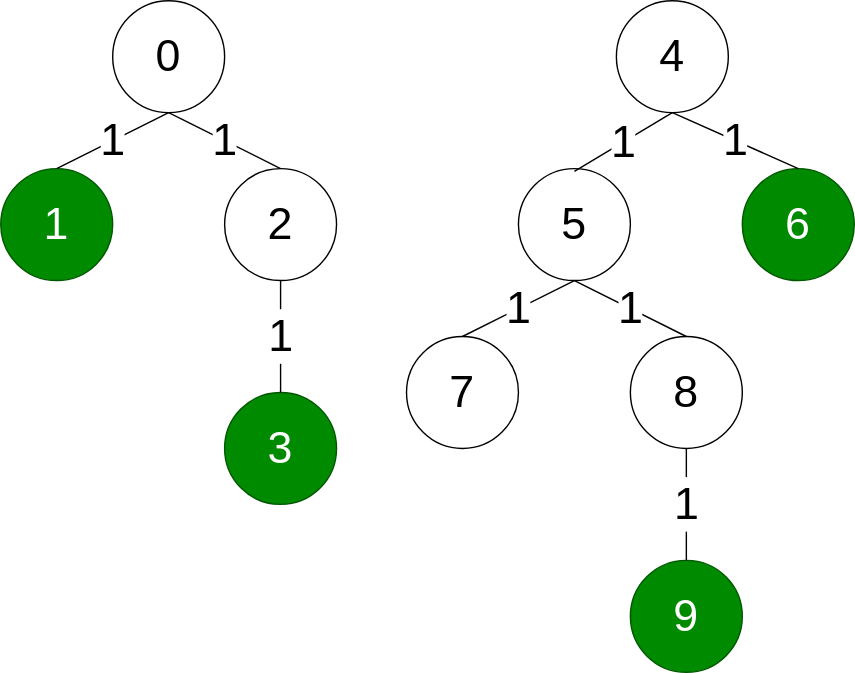
Before: lib/cpalgo/tree/tests/diameter_testcase2.drawio.svg, a diagram exported from draw.io (xirc/cp-algorithm). Source tidied: cells renumbered, new cells last; positions are measured from the earlier drawing's top-left corner, leaving out a move shared by most shapes.
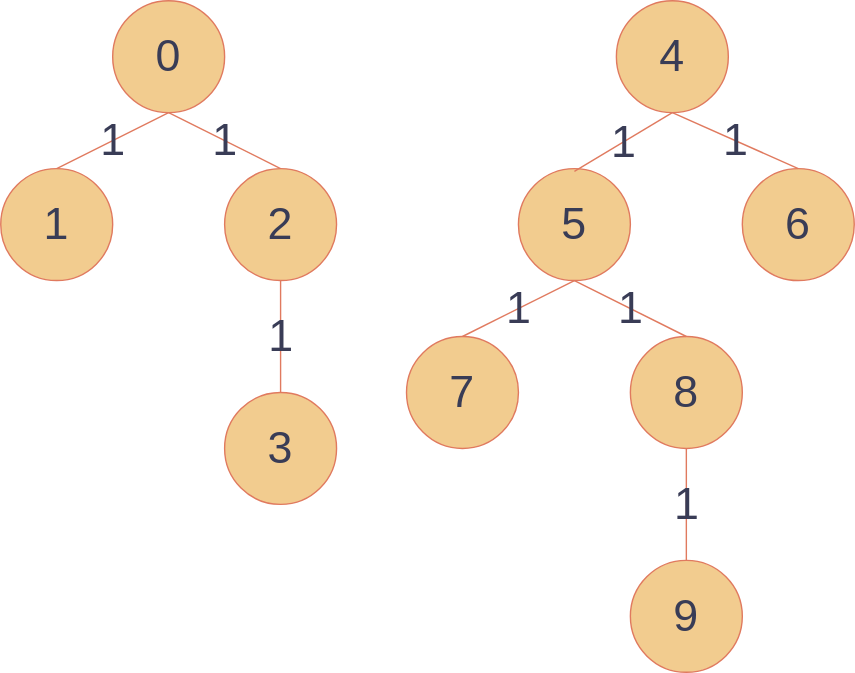
The same file after the commit.

The edit, as a diff of the source:
```diff
@@ -1,63 +1,63 @@
-<mxGraphModel>
+<mxGraphModel background="#FFFFFF">
   <root>
     <mxCell id="0" />
     <mxCell id="1" parent="0" />
-    <mxCell id="2" value="0" style="ellipse;whiteSpace=wrap;html=1;fontSize=32;" parent="1" vertex="1">
+    <mxCell id="2" value="0" style="ellipse;whiteSpace=wrap;html=1;fontSize=32;fillColor=#F2CC8F;strokeColor=#E07A5F;fontColor=#393C56;" parent="1" vertex="1">
       <mxGeometry x="80" width="80" height="80" as="geometry" />
     </mxCell>
-    <mxCell id="3" value="1" style="ellipse;whiteSpace=wrap;html=1;fontSize=32;fillColor=#008a00;strokeColor=#005700;fontColor=#ffffff;" parent="1" vertex="1">
+    <mxCell id="3" value="1" style="ellipse;whiteSpace=wrap;html=1;fontSize=32;fillColor=#F2CC8F;strokeColor=#E07A5F;fontColor=#393C56;" parent="1" vertex="1">
       <mxGeometry y="120" width="80" height="80" as="geometry" />
     </mxCell>
-    <mxCell id="4" value="2" style="ellipse;whiteSpace=wrap;html=1;fontSize=32;" parent="1" vertex="1">
+    <mxCell id="4" value="2" style="ellipse;whiteSpace=wrap;html=1;fontSize=32;fillColor=#F2CC8F;strokeColor=#E07A5F;fontColor=#393C56;" parent="1" vertex="1">
       <mxGeometry x="160" y="120" width="80" height="80" as="geometry" />
     </mxCell>
-    <mxCell id="5" value="4" style="ellipse;whiteSpace=wrap;html=1;fontSize=32;" parent="1" vertex="1">
+    <mxCell id="5" value="4" style="ellipse;whiteSpace=wrap;html=1;fontSize=32;fillColor=#F2CC8F;strokeColor=#E07A5F;fontColor=#393C56;" parent="1" vertex="1">
       <mxGeometry x="440" width="80" height="80" as="geometry" />
     </mxCell>
-    <mxCell id="6" value="5" style="ellipse;whiteSpace=wrap;html=1;fontSize=32;" parent="1" vertex="1">
+    <mxCell id="6" value="5" style="ellipse;whiteSpace=wrap;html=1;fontSize=32;fillColor=#F2CC8F;strokeColor=#E07A5F;fontColor=#393C56;" parent="1" vertex="1">
       <mxGeometry x="370" y="120" width="80" height="80" as="geometry" />
     </mxCell>
-    <mxCell id="7" value="6" style="ellipse;whiteSpace=wrap;html=1;fontSize=32;fillColor=#008a00;strokeColor=#005700;fontColor=#ffffff;" parent="1" vertex="1">
+    <mxCell id="7" value="6" style="ellipse;whiteSpace=wrap;html=1;fontSize=32;fillColor=#F2CC8F;strokeColor=#E07A5F;fontColor=#393C56;" parent="1" vertex="1">
       <mxGeometry x="530" y="120" width="80" height="80" as="geometry" />
     </mxCell>
-    <mxCell id="8" value="7" style="ellipse;whiteSpace=wrap;html=1;fontSize=32;" parent="1" vertex="1">
+    <mxCell id="8" value="7" style="ellipse;whiteSpace=wrap;html=1;fontSize=32;fillColor=#F2CC8F;strokeColor=#E07A5F;fontColor=#393C56;" parent="1" vertex="1">
       <mxGeometry x="290" y="240" width="80" height="80" as="geometry" />
     </mxCell>
-    <mxCell id="9" value="8" style="ellipse;whiteSpace=wrap;html=1;fontSize=32;" parent="1" vertex="1">
+    <mxCell id="9" value="8" style="ellipse;whiteSpace=wrap;html=1;fontSize=32;fillColor=#F2CC8F;strokeColor=#E07A5F;fontColor=#393C56;" parent="1" vertex="1">
       <mxGeometry x="450" y="240" width="80" height="80" as="geometry" />
     </mxCell>
-    <mxCell id="10" value="9" style="ellipse;whiteSpace=wrap;html=1;fontSize=32;fillColor=#008a00;strokeColor=#005700;fontColor=#ffffff;" parent="1" vertex="1">
+    <mxCell id="10" value="9" style="ellipse;whiteSpace=wrap;html=1;fontSize=32;fillColor=#F2CC8F;strokeColor=#E07A5F;fontColor=#393C56;" parent="1" vertex="1">
       <mxGeometry x="450" y="400" width="80" height="80" as="geometry" />
     </mxCell>
-    <mxCell id="11" value="1" style="endArrow=none;html=1;fontSize=32;exitX=0.5;exitY=0;exitDx=0;exitDy=0;entryX=0.5;entryY=1;entryDx=0;entryDy=0;" parent="1" edge="1" source="3" target="2">
+    <mxCell id="11" value="1" style="endArrow=none;html=1;fontSize=32;exitX=0.5;exitY=0;exitDx=0;exitDy=0;entryX=0.5;entryY=1;entryDx=0;entryDy=0;labelBackgroundColor=none;strokeColor=#E07A5F;fontColor=#393C56;" parent="1" edge="1" source="3" target="2">
       <mxGeometry relative="1" as="geometry" />
     </mxCell>
-    <mxCell id="12" value="1" style="endArrow=none;html=1;fontSize=32;exitX=0.5;exitY=0;exitDx=0;exitDy=0;entryX=0.5;entryY=1;entryDx=0;entryDy=0;" parent="1" edge="1" source="4" target="2">
+    <mxCell id="12" value="1" style="endArrow=none;html=1;fontSize=32;exitX=0.5;exitY=0;exitDx=0;exitDy=0;entryX=0.5;entryY=1;entryDx=0;entryDy=0;labelBackgroundColor=none;strokeColor=#E07A5F;fontColor=#393C56;" parent="1" edge="1" source="4" target="2">
       <mxGeometry relative="1" as="geometry" />
     </mxCell>
-    <mxCell id="13" value="3" style="ellipse;whiteSpace=wrap;html=1;fontSize=32;fillColor=#008a00;strokeColor=#005700;fontColor=#ffffff;" parent="1" vertex="1">
+    <mxCell id="13" value="3" style="ellipse;whiteSpace=wrap;html=1;fontSize=32;fillColor=#F2CC8F;strokeColor=#E07A5F;fontColor=#393C56;" parent="1" vertex="1">
       <mxGeometry x="160" y="280" width="80" height="80" as="geometry" />
     </mxCell>
-    <mxCell id="14" value="1" style="endArrow=none;html=1;fontSize=32;exitX=0.5;exitY=0;exitDx=0;exitDy=0;entryX=0.5;entryY=1;entryDx=0;entryDy=0;" parent="1" edge="1" source="13" target="4">
+    <mxCell id="14" value="1" style="endArrow=none;html=1;fontSize=32;exitX=0.5;exitY=0;exitDx=0;exitDy=0;entryX=0.5;entryY=1;entryDx=0;entryDy=0;labelBackgroundColor=none;strokeColor=#E07A5F;fontColor=#393C56;" parent="1" edge="1" source="13" target="4">
       <mxGeometry relative="1" as="geometry" />
     </mxCell>
-    <mxCell id="15" value="1" style="endArrow=none;html=1;fontSize=32;entryX=0.5;entryY=1;entryDx=0;entryDy=0;" parent="1" edge="1" target="5">
+    <mxCell id="15" value="1" style="endArrow=none;html=1;fontSize=32;entryX=0.5;entryY=1;entryDx=0;entryDy=0;labelBackgroundColor=none;strokeColor=#E07A5F;fontColor=#393C56;" parent="1" edge="1" target="5">
       <mxGeometry relative="1" as="geometry">
         <mxPoint x="410" y="122" as="sourcePoint" />
       </mxGeometry>
     </mxCell>
-    <mxCell id="16" value="1" style="endArrow=none;html=1;fontSize=32;entryX=0.5;entryY=1;entryDx=0;entryDy=0;exitX=0.5;exitY=0;exitDx=0;exitDy=0;" parent="1" edge="1" source="8" target="6">
+    <mxCell id="16" value="1" style="endArrow=none;html=1;fontSize=32;entryX=0.5;entryY=1;entryDx=0;entryDy=0;exitX=0.5;exitY=0;exitDx=0;exitDy=0;labelBackgroundColor=none;strokeColor=#E07A5F;fontColor=#393C56;" parent="1" edge="1" source="8" target="6">
       <mxGeometry relative="1" as="geometry" />
     </mxCell>
-    <mxCell id="17" value="1" style="endArrow=none;html=1;fontSize=32;entryX=0.5;entryY=1;entryDx=0;entryDy=0;exitX=0.5;exitY=0;exitDx=0;exitDy=0;" parent="1" edge="1" source="9" target="6">
+    <mxCell id="17" value="1" style="endArrow=none;html=1;fontSize=32;entryX=0.5;entryY=1;entryDx=0;entryDy=0;exitX=0.5;exitY=0;exitDx=0;exitDy=0;labelBackgroundColor=none;strokeColor=#E07A5F;fontColor=#393C56;" parent="1" edge="1" source="9" target="6">
       <mxGeometry relative="1" as="geometry" />
     </mxCell>
-    <mxCell id="18" value="1" style="endArrow=none;html=1;fontSize=32;entryX=0.5;entryY=1;entryDx=0;entryDy=0;" parent="1" edge="1" target="5">
+    <mxCell id="18" value="1" style="endArrow=none;html=1;fontSize=32;entryX=0.5;entryY=1;entryDx=0;entryDy=0;labelBackgroundColor=none;strokeColor=#E07A5F;fontColor=#393C56;" parent="1" edge="1" target="5">
       <mxGeometry relative="1" as="geometry">
         <mxPoint x="570" y="120" as="sourcePoint" />
       </mxGeometry>
     </mxCell>
-    <mxCell id="19" value="1" style="endArrow=none;html=1;fontSize=32;entryX=0.5;entryY=1;entryDx=0;entryDy=0;exitX=0.5;exitY=0;exitDx=0;exitDy=0;" parent="1" edge="1" source="10" target="9">
+    <mxCell id="19" value="1" style="endArrow=none;html=1;fontSize=32;entryX=0.5;entryY=1;entryDx=0;entryDy=0;exitX=0.5;exitY=0;exitDx=0;exitDy=0;labelBackgroundColor=none;strokeColor=#E07A5F;fontColor=#393C56;" parent="1" edge="1" source="10" target="9">
       <mxGeometry relative="1" as="geometry" />
     </mxCell>
   </root>
```
